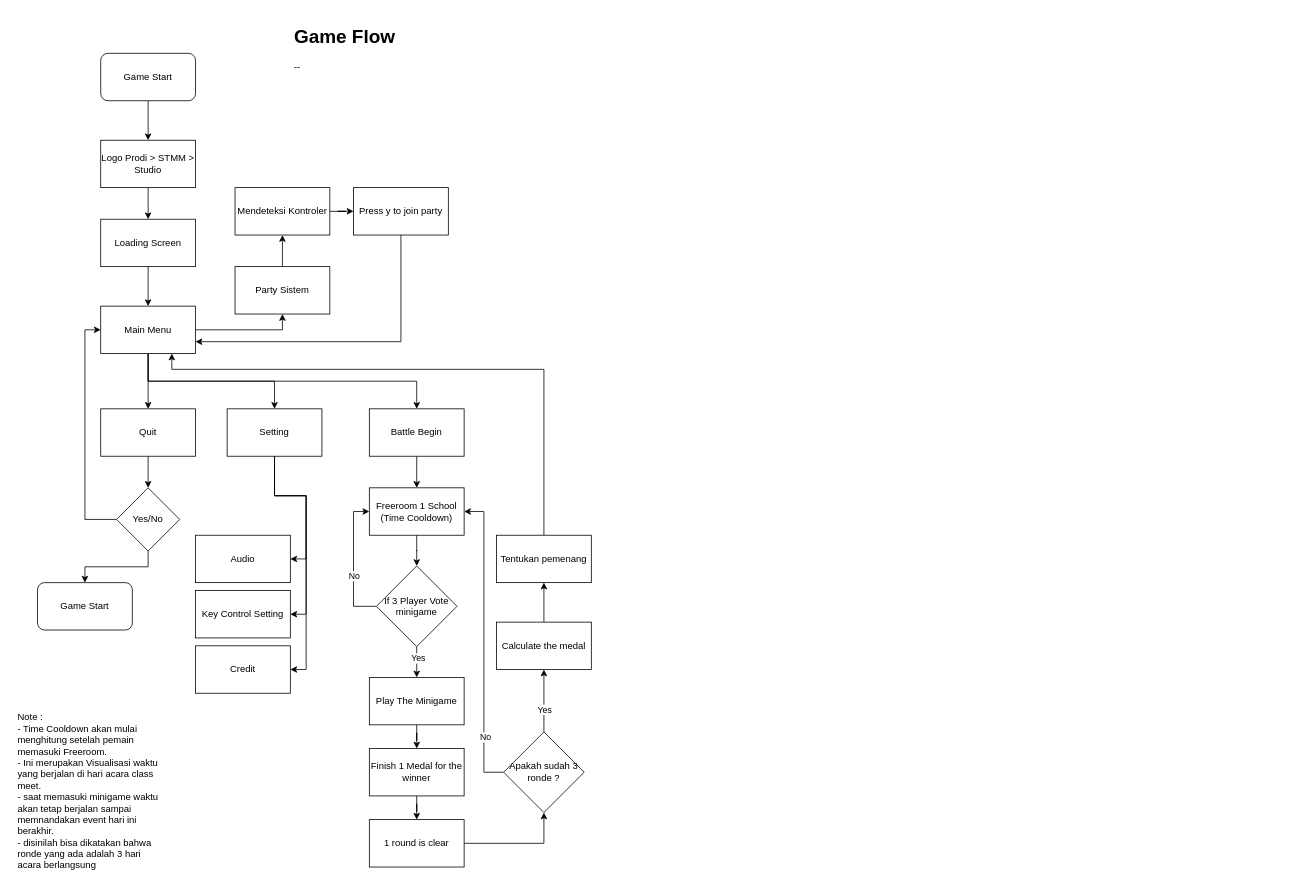
The draw.io diagram Game Flow - Classmeet(Sport) .drawio in RioEka/S5, before the edit. Source tidied: cells renumbered, new cells numbered last; positions are measured from the earlier drawing's top-left corner, leaving out a move shared by most shapes. Both pictures are drawn from the tidied source at 79%, with x=0, y=0 at pixel (13, 21).
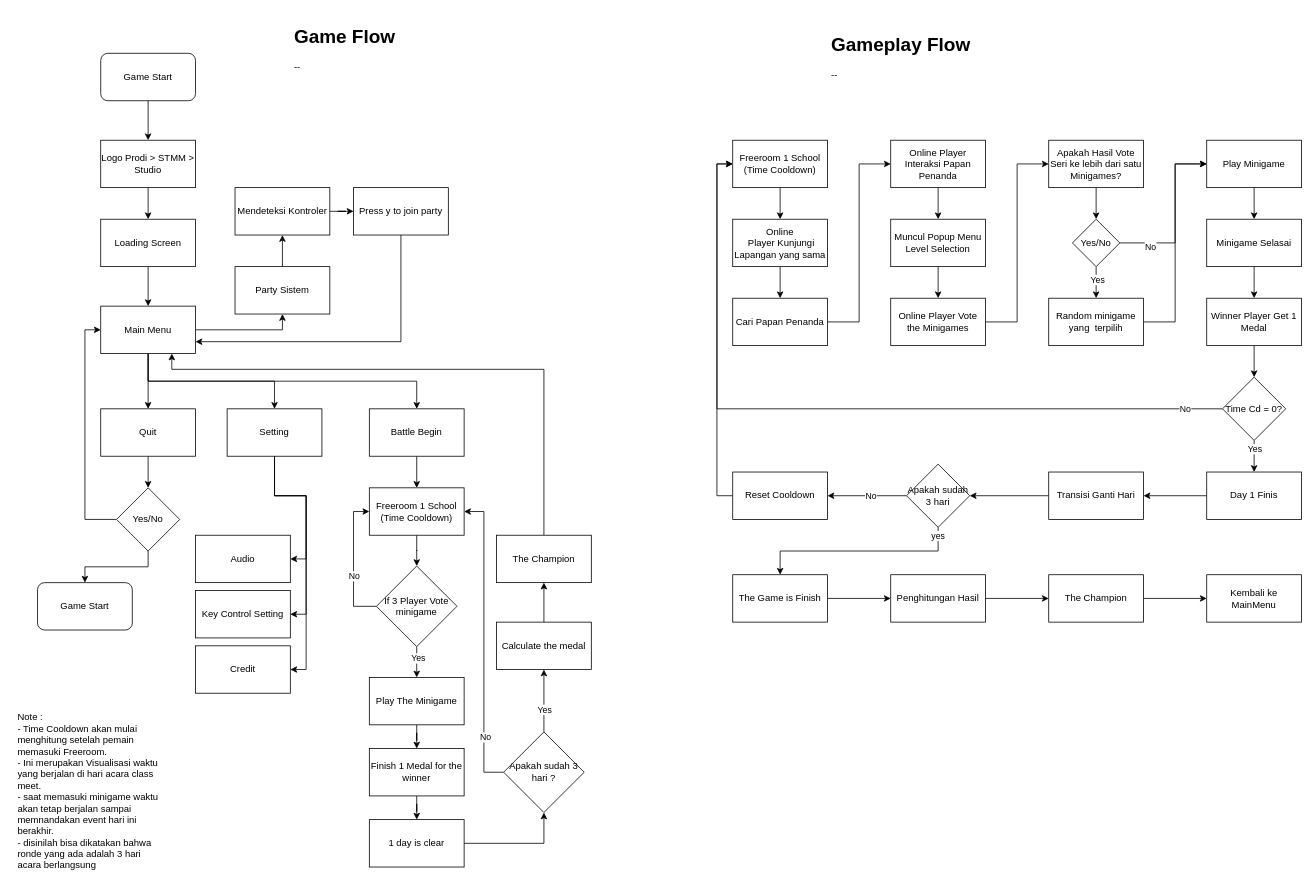
After the change.

Diff of the diagram source:
```diff
@@
-    <mxCell id="46" value="1 round is clear" style="whiteSpace=wrap;html=1;rounded=0;" parent="1" vertex="1">
+    <mxCell id="46" value="1 day is clear" style="whiteSpace=wrap;html=1;rounded=0;" parent="1" vertex="1">
       <mxGeometry x="450" y="1010" width="120" height="60" as="geometry" />
     </mxCell>
@@
-    <mxCell id="51" value="Apakah sudah 3 ronde ?" style="rhombus;whiteSpace=wrap;html=1;" parent="1" vertex="1">
+    <mxCell id="51" value="Apakah sudah 3 hari ?" style="rhombus;whiteSpace=wrap;html=1;" parent="1" vertex="1">
       <mxGeometry x="620" y="899" width="102" height="102" as="geometry" />
     </mxCell>
@@
-    <mxCell id="55" value="Tentukan pemenang" style="rounded=0;whiteSpace=wrap;html=1;" parent="1" vertex="1">
+    <mxCell id="55" value="The Champion" style="rounded=0;whiteSpace=wrap;html=1;" parent="1" vertex="1">
       <mxGeometry x="611" y="650" width="120" height="60" as="geometry" />
     </mxCell>
@@
+    <mxCell id="58" style="edgeStyle=orthogonalEdgeStyle;rounded=0;jettySize=auto;html=1;" parent="1" edge="1" source="59" target="62">
+      <mxGeometry relative="1" as="geometry" />
+    </mxCell>
+    <mxCell id="59" value="Freeroom 1 School&lt;br&gt;(Time Cooldown)" style="whiteSpace=wrap;html=1;rounded=0;" parent="1" vertex="1">
+      <mxGeometry x="910" y="150" width="120" height="60" as="geometry" />
+    </mxCell>
+    <mxCell id="60" value="&lt;h1&gt;Gameplay Flow&lt;/h1&gt;&lt;p&gt;--&lt;/p&gt;" style="text;html=1;strokeColor=none;fillColor=none;spacing=5;spacingTop=-20;whiteSpace=wrap;overflow=hidden;rounded=0;" parent="1" vertex="1">
+      <mxGeometry x="1030" y="10" width="190" height="70" as="geometry" />
+    </mxCell>
+    <mxCell id="61" style="edgeStyle=orthogonalEdgeStyle;rounded=0;jettySize=auto;html=1;" parent="1" edge="1" source="62" target="64">
+      <mxGeometry relative="1" as="geometry" />
+    </mxCell>
+    <mxCell id="62" value="Online&lt;br&gt;&amp;nbsp;Player Kunjungi Lapangan yang sama" style="whiteSpace=wrap;html=1;rounded=0;" parent="1" vertex="1">
+      <mxGeometry x="910" y="250" width="120" height="60" as="geometry" />
+    </mxCell>
+    <mxCell id="63" style="edgeStyle=orthogonalEdgeStyle;rounded=0;jettySize=auto;html=1;exitX=1;exitY=0.5;exitDx=0;exitDy=0;entryX=0;entryY=0.5;entryDx=0;entryDy=0;" parent="1" edge="1" source="64" target="66">
+      <mxGeometry relative="1" as="geometry" />
+    </mxCell>
+    <mxCell id="64" value="Cari Papan Penanda" style="whiteSpace=wrap;html=1;rounded=0;" parent="1" vertex="1">
+      <mxGeometry x="910" y="350" width="120" height="60" as="geometry" />
+    </mxCell>
+    <mxCell id="65" style="edgeStyle=orthogonalEdgeStyle;rounded=0;jettySize=auto;html=1;" parent="1" edge="1" source="66" target="68">
+      <mxGeometry relative="1" as="geometry" />
+    </mxCell>
+    <mxCell id="66" value="Online Player Interaksi Papan Penanda" style="whiteSpace=wrap;html=1;rounded=0;" parent="1" vertex="1">
+      <mxGeometry x="1110" y="150" width="120" height="60" as="geometry" />
+    </mxCell>
+    <mxCell id="67" style="edgeStyle=orthogonalEdgeStyle;rounded=0;jettySize=auto;html=1;" parent="1" edge="1" source="68" target="70">
+      <mxGeometry relative="1" as="geometry" />
+    </mxCell>
+    <mxCell id="68" value="Muncul Popup Menu Level Selection" style="whiteSpace=wrap;html=1;rounded=0;" parent="1" vertex="1">
+      <mxGeometry x="1110" y="250" width="120" height="60" as="geometry" />
+    </mxCell>
+    <mxCell id="69" style="edgeStyle=orthogonalEdgeStyle;rounded=0;jettySize=auto;html=1;exitX=1;exitY=0.5;exitDx=0;exitDy=0;entryX=0;entryY=0.5;entryDx=0;entryDy=0;" parent="1" edge="1" source="70" target="72">
+      <mxGeometry relative="1" as="geometry" />
+    </mxCell>
+    <mxCell id="70" value="Online Player Vote the Minigames" style="whiteSpace=wrap;html=1;rounded=0;" parent="1" vertex="1">
+      <mxGeometry x="1110" y="350" width="120" height="60" as="geometry" />
+    </mxCell>
+    <mxCell id="71" style="edgeStyle=orthogonalEdgeStyle;rounded=0;jettySize=auto;html=1;" parent="1" edge="1" source="72" target="77">
+      <mxGeometry relative="1" as="geometry" />
+    </mxCell>
+    <mxCell id="72" value="Apakah Hasil Vote Seri ke lebih dari satu Minigames?" style="whiteSpace=wrap;html=1;rounded=0;" parent="1" vertex="1">
+      <mxGeometry x="1310" y="150" width="120" height="60" as="geometry" />
+    </mxCell>
+    <mxCell id="73" style="edgeStyle=orthogonalEdgeStyle;rounded=0;jettySize=auto;html=1;" parent="1" edge="1" source="77" target="79">
+      <mxGeometry relative="1" as="geometry" />
+    </mxCell>
+    <mxCell id="74" value="Yes" style="edgeLabel;html=1;align=center;verticalAlign=middle;" parent="73" vertex="1">
+      <mxGeometry x="-0.2" y="1" relative="1" as="geometry" />
+    </mxCell>
+    <mxCell id="75" style="edgeStyle=orthogonalEdgeStyle;rounded=0;jettySize=auto;html=1;exitX=1;exitY=0.5;exitDx=0;exitDy=0;entryX=0;entryY=0.5;entryDx=0;entryDy=0;" parent="1" edge="1" source="77" target="81">
+      <mxGeometry relative="1" as="geometry">
+        <Array as="points">
+          <mxPoint x="1470" y="280" />
+          <mxPoint x="1470" y="180" />
+        </Array>
+      </mxGeometry>
+    </mxCell>
+    <mxCell id="76" value="No" style="edgeLabel;html=1;align=center;verticalAlign=middle;" parent="75" vertex="1">
+      <mxGeometry x="-0.64" y="-4" relative="1" as="geometry" />
+    </mxCell>
+    <mxCell id="77" value="Yes/No" style="rhombus;whiteSpace=wrap;html=1;rounded=0;" parent="1" vertex="1">
+      <mxGeometry x="1340" y="250" width="60" height="60" as="geometry" />
+    </mxCell>
+    <mxCell id="78" style="edgeStyle=orthogonalEdgeStyle;rounded=0;jettySize=auto;html=1;exitX=1;exitY=0.5;exitDx=0;exitDy=0;entryX=0;entryY=0.5;entryDx=0;entryDy=0;" parent="1" edge="1" source="79" target="81">
+      <mxGeometry relative="1" as="geometry" />
+    </mxCell>
+    <mxCell id="79" value="Random minigame yang&amp;nbsp; terpilih" style="whiteSpace=wrap;html=1;rounded=0;" parent="1" vertex="1">
+      <mxGeometry x="1310" y="350" width="120" height="60" as="geometry" />
+    </mxCell>
+    <mxCell id="80" style="edgeStyle=orthogonalEdgeStyle;rounded=0;jettySize=auto;html=1;" parent="1" edge="1" source="81" target="83">
+      <mxGeometry relative="1" as="geometry" />
+    </mxCell>
+    <mxCell id="81" value="Play Minigame" style="whiteSpace=wrap;html=1;rounded=0;" parent="1" vertex="1">
+      <mxGeometry x="1510" y="150" width="120" height="60" as="geometry" />
+    </mxCell>
+    <mxCell id="82" style="edgeStyle=orthogonalEdgeStyle;rounded=0;jettySize=auto;html=1;" parent="1" edge="1" source="83" target="85">
+      <mxGeometry relative="1" as="geometry" />
+    </mxCell>
+    <mxCell id="83" value="Minigame Selasai" style="whiteSpace=wrap;html=1;rounded=0;" parent="1" vertex="1">
+      <mxGeometry x="1510" y="250" width="120" height="60" as="geometry" />
+    </mxCell>
+    <mxCell id="84" style="edgeStyle=orthogonalEdgeStyle;rounded=0;jettySize=auto;html=1;" parent="1" edge="1" source="85" target="90">
+      <mxGeometry relative="1" as="geometry" />
+    </mxCell>
+    <mxCell id="85" value="Winner Player Get 1 Medal" style="whiteSpace=wrap;html=1;rounded=0;" parent="1" vertex="1">
+      <mxGeometry x="1510" y="350" width="120" height="60" as="geometry" />
+    </mxCell>
+    <mxCell id="86" style="edgeStyle=orthogonalEdgeStyle;rounded=0;jettySize=auto;html=1;exitX=0;exitY=0.5;exitDx=0;exitDy=0;entryX=0;entryY=0.5;entryDx=0;entryDy=0;" parent="1" edge="1" source="90" target="59">
+      <mxGeometry relative="1" as="geometry" />
+    </mxCell>
+    <mxCell id="87" value="No" style="edgeLabel;html=1;align=center;verticalAlign=middle;" parent="86" vertex="1">
+      <mxGeometry x="-0.9" relative="1" as="geometry" />
+    </mxCell>
+    <mxCell id="88" style="edgeStyle=orthogonalEdgeStyle;rounded=0;jettySize=auto;html=1;" parent="1" edge="1" source="90" target="92">
+      <mxGeometry relative="1" as="geometry" />
+    </mxCell>
+    <mxCell id="89" value="Yes" style="edgeLabel;html=1;align=center;verticalAlign=middle;" parent="88" vertex="1">
+      <mxGeometry x="-0.51" relative="1" as="geometry" />
+    </mxCell>
+    <mxCell id="90" value="Time Cd&amp;nbsp;= 0?" style="rhombus;whiteSpace=wrap;html=1;rounded=0;" parent="1" vertex="1">
+      <mxGeometry x="1530" y="450" width="80" height="80" as="geometry" />
+    </mxCell>
+    <mxCell id="91" style="edgeStyle=orthogonalEdgeStyle;rounded=0;jettySize=auto;html=1;" parent="1" edge="1" source="92" target="94">
+      <mxGeometry relative="1" as="geometry" />
+    </mxCell>
+    <mxCell id="92" value="Day 1 Finis" style="whiteSpace=wrap;html=1;rounded=0;" parent="1" vertex="1">
+      <mxGeometry x="1510" y="570" width="120" height="60" as="geometry" />
+    </mxCell>
+    <mxCell id="93" style="edgeStyle=orthogonalEdgeStyle;rounded=0;jettySize=auto;html=1;" parent="1" edge="1" source="94" target="99">
+      <mxGeometry relative="1" as="geometry" />
+    </mxCell>
+    <mxCell id="94" value="Transisi Ganti Hari" style="whiteSpace=wrap;html=1;rounded=0;" parent="1" vertex="1">
+      <mxGeometry x="1310" y="570" width="120" height="60" as="geometry" />
+    </mxCell>
+    <mxCell id="95" style="edgeStyle=orthogonalEdgeStyle;rounded=0;jettySize=auto;html=1;" parent="1" edge="1" source="99" target="101">
+      <mxGeometry relative="1" as="geometry" />
+    </mxCell>
+    <mxCell id="96" value="No" style="edgeLabel;html=1;align=center;verticalAlign=middle;" parent="95" vertex="1">
+      <mxGeometry x="-0.09" relative="1" as="geometry" />
+    </mxCell>
+    <mxCell id="97" style="edgeStyle=orthogonalEdgeStyle;rounded=0;jettySize=auto;html=1;" parent="1" edge="1" source="99" target="103">
+      <mxGeometry relative="1" as="geometry">
+        <Array as="points">
+          <mxPoint x="1170" y="670" />
+          <mxPoint x="970" y="670" />
+        </Array>
+      </mxGeometry>
+    </mxCell>
+    <mxCell id="98" value="yes" style="edgeLabel;html=1;align=center;verticalAlign=middle;" parent="97" vertex="1">
+      <mxGeometry x="-0.48" y="1" relative="1" as="geometry">
+        <mxPoint x="37" y="-21" as="offset" />
+      </mxGeometry>
+    </mxCell>
+    <mxCell id="99" value="Apakah sudah 3 hari" style="rhombus;whiteSpace=wrap;html=1;rounded=0;" parent="1" vertex="1">
+      <mxGeometry x="1130" y="560" width="80" height="80" as="geometry" />
+    </mxCell>
+    <mxCell id="100" style="edgeStyle=orthogonalEdgeStyle;rounded=0;jettySize=auto;html=1;exitX=0;exitY=0.5;exitDx=0;exitDy=0;entryX=0;entryY=0.5;entryDx=0;entryDy=0;" parent="1" edge="1" source="101" target="59">
+      <mxGeometry relative="1" as="geometry" />
+    </mxCell>
+    <mxCell id="101" value="Reset Cooldown" style="whiteSpace=wrap;html=1;rounded=0;" parent="1" vertex="1">
+      <mxGeometry x="910" y="570" width="120" height="60" as="geometry" />
+    </mxCell>
+    <mxCell id="102" style="edgeStyle=orthogonalEdgeStyle;rounded=0;jettySize=auto;html=1;" parent="1" edge="1" source="103" target="105">
+      <mxGeometry relative="1" as="geometry" />
+    </mxCell>
+    <mxCell id="103" value="The Game is Finish" style="whiteSpace=wrap;html=1;rounded=0;" parent="1" vertex="1">
+      <mxGeometry x="910" y="700" width="120" height="60" as="geometry" />
+    </mxCell>
+    <mxCell id="104" style="edgeStyle=orthogonalEdgeStyle;rounded=0;jettySize=auto;html=1;" parent="1" edge="1" source="105" target="107">
+      <mxGeometry relative="1" as="geometry" />
+    </mxCell>
+    <mxCell id="105" value="Penghitungan Hasil" style="whiteSpace=wrap;html=1;rounded=0;" parent="1" vertex="1">
+      <mxGeometry x="1110" y="700" width="120" height="60" as="geometry" />
+    </mxCell>
+    <mxCell id="106" style="edgeStyle=orthogonalEdgeStyle;rounded=0;jettySize=auto;html=1;" parent="1" edge="1" source="107" target="108">
+      <mxGeometry relative="1" as="geometry" />
+    </mxCell>
+    <mxCell id="107" value="The Champion" style="whiteSpace=wrap;html=1;rounded=0;" parent="1" vertex="1">
+      <mxGeometry x="1310" y="700" width="120" height="60" as="geometry" />
+    </mxCell>
+    <mxCell id="108" value="Kembali ke &lt;br&gt;MainMenu" style="whiteSpace=wrap;html=1;rounded=0;" parent="1" vertex="1">
+      <mxGeometry x="1510" y="700" width="120" height="60" as="geometry" />
+    </mxCell>
```
